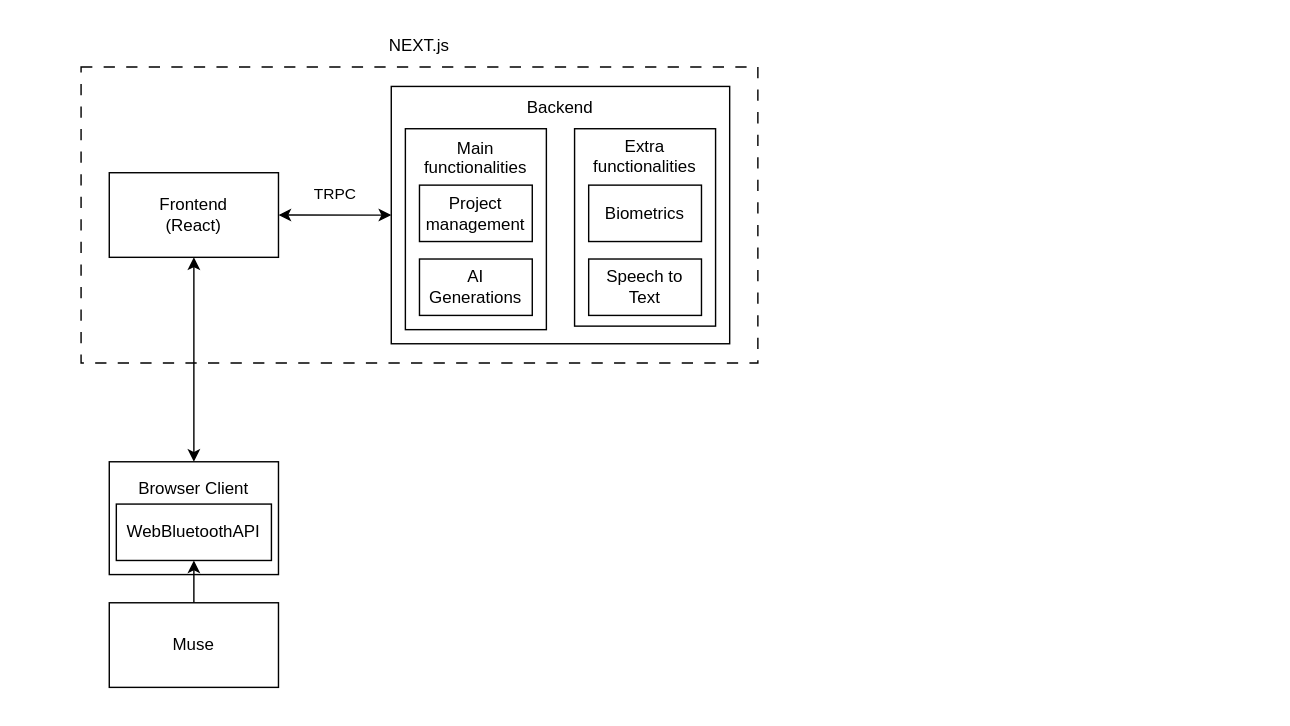
Above: architecture.drawio in Apantli/Tenor (draw.io), before the change. Source tidied: cells renumbered, new cells numbered last; positions are measured from the earlier drawing's top-left corner, leaving out a move shared by most shapes. Both pictures are drawn from the tidied source at 141%, with x=0, y=0 at pixel (80, 24).
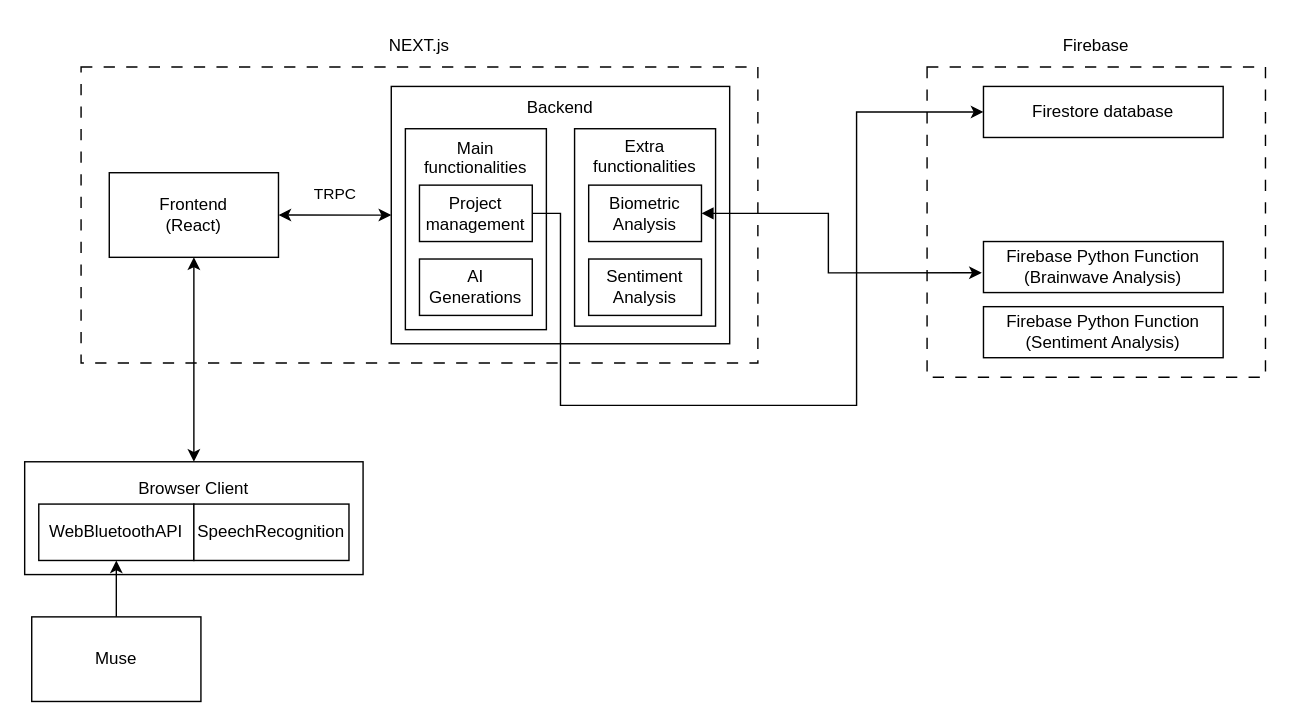
The same diagram, later.

Unchanged cells that the change refers to:
```xml
<mxCell id="13" value="Project management" style="rounded=0;whiteSpace=wrap;html=1;" parent="1" vertex="1">
  <mxGeometry x="240" y="113.8" width="80" height="40" as="geometry" />
</mxCell>
```

Change to the diagram source:
```diff
@@
+    <mxCell id="19" style="rounded=0;whiteSpace=wrap;html=1;fillColor=none;dashed=1;dashPattern=8 8;" parent="1" vertex="1">
+      <mxGeometry x="600" y="30" width="240" height="220" as="geometry" />
+    </mxCell>
@@
+    <mxCell id="20" style="edgeStyle=orthogonalEdgeStyle;rounded=0;jettySize=auto;html=1;startArrow=block;startFill=1;entryX=-0.007;entryY=0.612;entryDx=0;entryDy=0;entryPerimeter=0;" parent="1" edge="1" source="11" target="22">
+      <mxGeometry relative="1" as="geometry">
+        <Array as="points">
+          <mxPoint x="530" y="134" />
+          <mxPoint x="530" y="176" />
+        </Array>
+      </mxGeometry>
+    </mxCell>
-    <mxCell id="11" value="Biometrics" style="rounded=0;whiteSpace=wrap;html=1;" parent="1" vertex="1">
+    <mxCell id="11" value="Biometric Analysis" style="rounded=0;whiteSpace=wrap;html=1;" parent="1" vertex="1">
       <mxGeometry x="360" y="113.8" width="80" height="40" as="geometry" />
     </mxCell>
-    <mxCell id="12" value="&lt;div&gt;Speech to Text&lt;/div&gt;" style="rounded=0;whiteSpace=wrap;html=1;" parent="1" vertex="1">
+    <mxCell id="12" value="Sentiment Analysis" style="rounded=0;whiteSpace=wrap;html=1;" parent="1" vertex="1">
       <mxGeometry x="360" y="166.2" width="80" height="40" as="geometry" />
     </mxCell>
+    <mxCell id="21" style="edgeStyle=orthogonalEdgeStyle;rounded=0;jettySize=auto;html=1;entryX=0;entryY=0.5;entryDx=0;entryDy=0;" parent="1" edge="1" source="13" target="25">
+      <mxGeometry relative="1" as="geometry">
+        <Array as="points">
+          <mxPoint x="340" y="134" />
+          <mxPoint x="340" y="270" />
+          <mxPoint x="550" y="270" />
+          <mxPoint x="550" y="62" />
+        </Array>
+      </mxGeometry>
+    </mxCell>
@@
     <mxCell id="15" value="Browser Client&lt;div&gt;&lt;br&gt;&lt;/div&gt;&lt;div&gt;&lt;br&gt;&lt;/div&gt;&lt;div&gt;&lt;br&gt;&lt;/div&gt;" style="rounded=0;whiteSpace=wrap;html=1;" parent="1" vertex="1">
-      <mxGeometry x="20" y="310" width="120" height="80" as="geometry" />
+      <mxGeometry x="-40" y="310" width="240" height="80" as="geometry" />
     </mxCell>
     <mxCell id="16" value="WebBluetoothAPI" style="rounded=0;whiteSpace=wrap;html=1;" parent="1" vertex="1">
-      <mxGeometry x="25" y="340" width="110" height="40" as="geometry" />
+      <mxGeometry x="-30" y="340" width="110" height="40" as="geometry" />
     </mxCell>
@@
     <mxCell id="18" value="Muse" style="rounded=0;whiteSpace=wrap;html=1;" parent="1" vertex="1">
-      <mxGeometry x="20" y="410" width="120" height="60" as="geometry" />
+      <mxGeometry x="-35" y="420" width="120" height="60" as="geometry" />
     </mxCell>
+    <mxCell id="22" value="Firebase Python Function&lt;div&gt;(Brainwave Analysis)&lt;/div&gt;" style="rounded=0;whiteSpace=wrap;html=1;" parent="1" vertex="1">
+      <mxGeometry x="640" y="153.8" width="170" height="36.2" as="geometry" />
+    </mxCell>
+    <mxCell id="23" value="SpeechRecognition" style="rounded=0;whiteSpace=wrap;html=1;" parent="1" vertex="1">
+      <mxGeometry x="80" y="340" width="110" height="40" as="geometry" />
+    </mxCell>
+    <mxCell id="24" value="Firebase" style="text;html=1;align=center;verticalAlign=middle;whiteSpace=wrap;rounded=0;" parent="1" vertex="1">
+      <mxGeometry x="690" width="60" height="30" as="geometry" />
+    </mxCell>
+    <mxCell id="25" value="Firestore database" style="rounded=0;whiteSpace=wrap;html=1;" parent="1" vertex="1">
+      <mxGeometry x="640" y="43.8" width="170" height="36.2" as="geometry" />
+    </mxCell>
+    <mxCell id="26" value="Firebase Python Function&lt;div&gt;(Sentiment Analysis)&lt;/div&gt;" style="rounded=0;whiteSpace=wrap;html=1;" parent="1" vertex="1">
+      <mxGeometry x="640" y="200" width="170" height="36.2" as="geometry" />
+    </mxCell>
```
